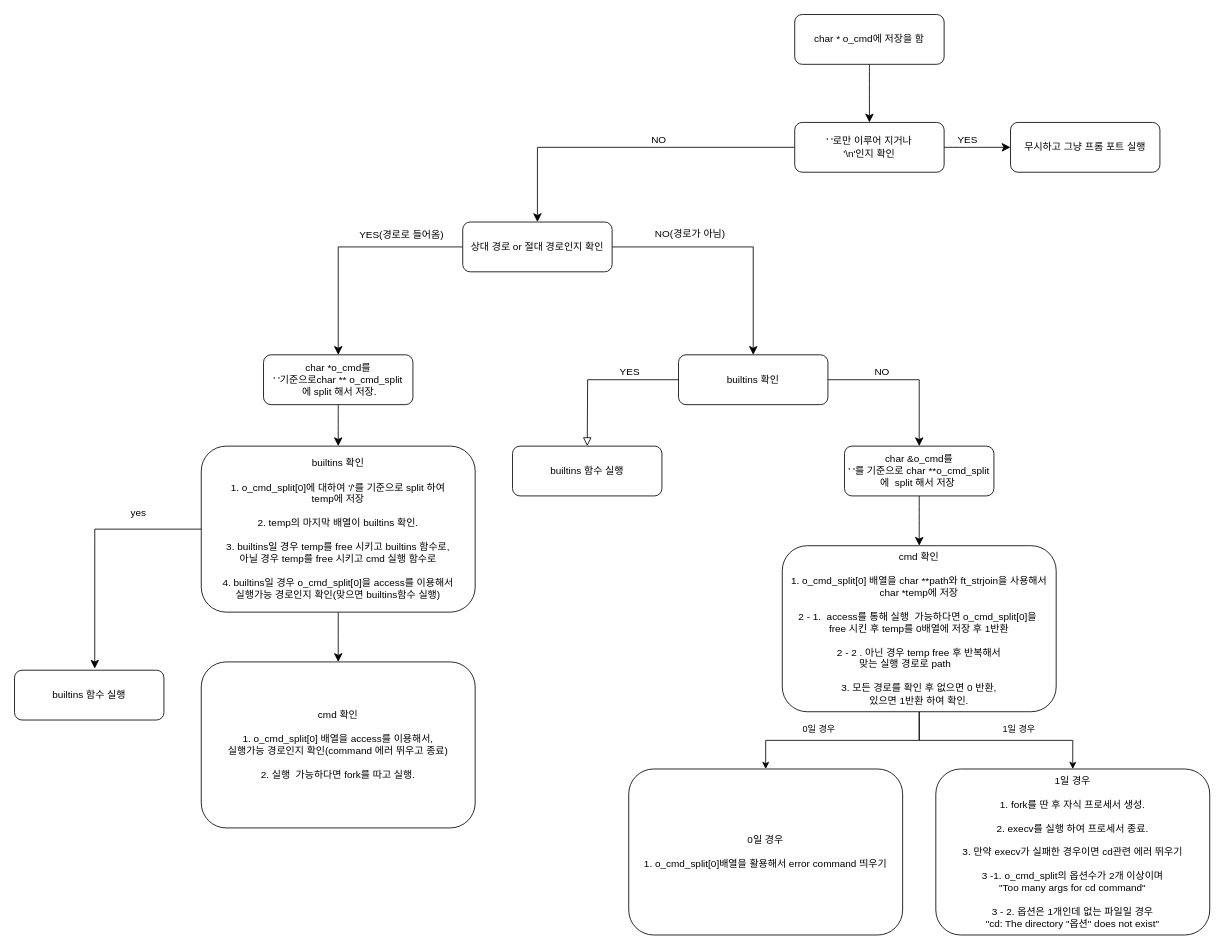
The draw.io diagram Flowchart/Untitled Diagram.drawio in jae-mini-00/42, before the edit. Source tidied: cells renumbered, new cells numbered last; positions are measured from the earlier drawing's top-left corner, leaving out a move shared by most shapes. Both pictures are drawn from the tidied source at 83%, with x=0, y=0 at pixel (14, 14).
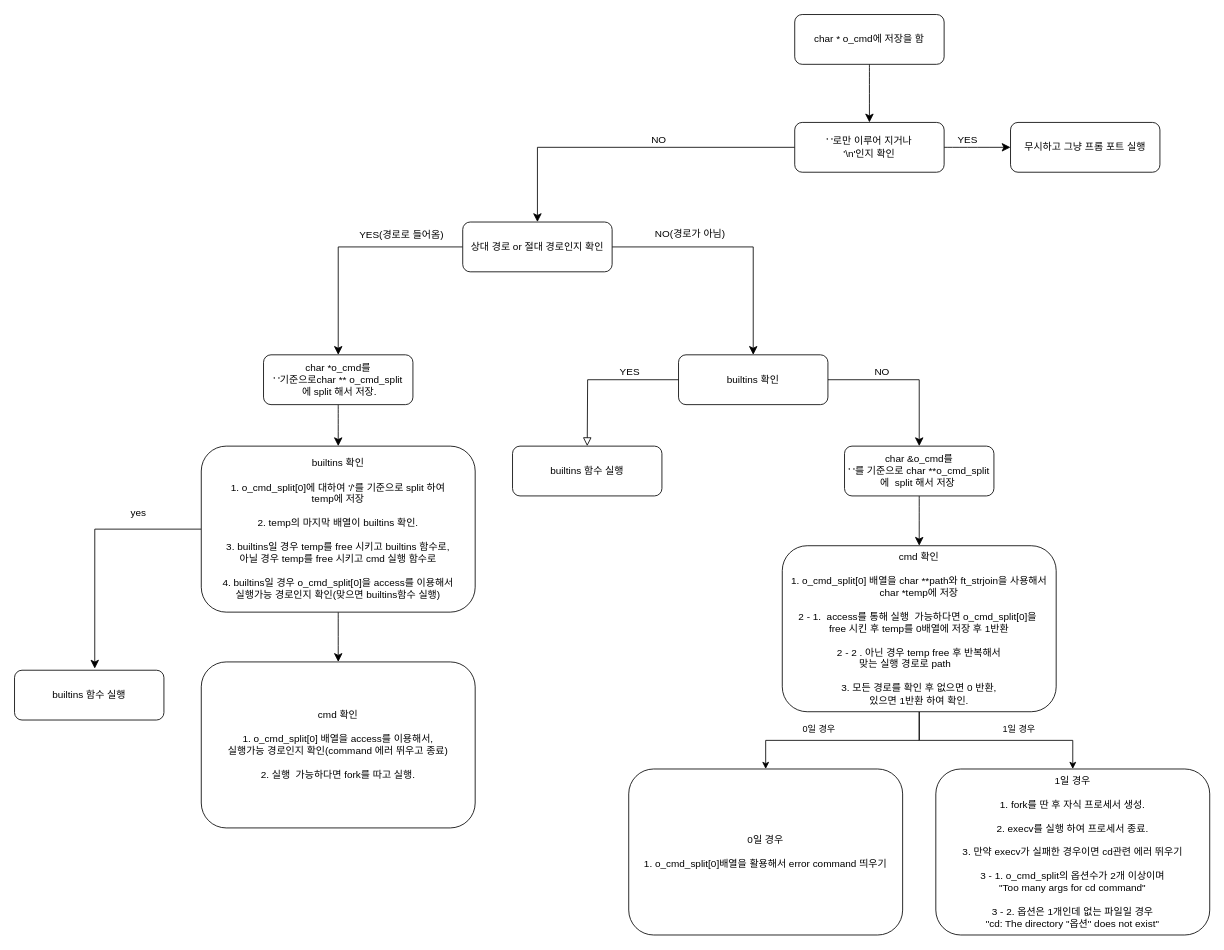
After the change.

Change to the diagram source:
```diff
@@
-    <mxCell id="36" value="&lt;div&gt;1일 경우&lt;br&gt;&lt;/div&gt;&lt;div&gt;&lt;br&gt;&lt;/div&gt;1. fork를 딴 후 자식 프로세서 생성.&lt;div&gt;&lt;br&gt;&lt;/div&gt;&lt;div&gt;2. execv를 실행 하여 프로세서 종료.&lt;/div&gt;&lt;div&gt;&lt;br&gt;&lt;/div&gt;&lt;div&gt;3. 만약 execv가 실패한 경우이면 cd관련 에러 뛰우기&lt;/div&gt;&lt;div&gt;&lt;br&gt;&lt;/div&gt;&lt;div&gt;3 -1. o_cmd_split의 옵션수가 2개 이상이며&lt;/div&gt;&lt;div&gt;&quot;Too many args for cd command&quot;&lt;/div&gt;&lt;div&gt;&lt;br&gt;&lt;/div&gt;&lt;div&gt;3 - 2. 옵션은 1개인데 없는 파일일 경우&lt;/div&gt;&lt;div&gt;&quot;cd: The directory &quot;옵션&quot; does not exist&quot;&lt;/div&gt;" style="rounded=1;whiteSpace=wrap;html=1;fontSize=12;glass=0;strokeWidth=1;shadow=0;" parent="1" vertex="1">
+    <mxCell id="36" value="&lt;div&gt;1일 경우&lt;br&gt;&lt;/div&gt;&lt;div&gt;&lt;br&gt;&lt;/div&gt;1. fork를 딴 후 자식 프로세서 생성.&lt;div&gt;&lt;br&gt;&lt;/div&gt;&lt;div&gt;2. execv를 실행 하여 프로세서 종료.&lt;/div&gt;&lt;div&gt;&lt;br&gt;&lt;/div&gt;&lt;div&gt;3. 만약 execv가 실패한 경우이면 cd관련 에러 뛰우기&lt;/div&gt;&lt;div&gt;&lt;br&gt;&lt;/div&gt;&lt;div&gt;3 - 1. o_cmd_split의 옵션수가 2개 이상이며&lt;/div&gt;&lt;div&gt;&quot;Too many args for cd command&quot;&lt;/div&gt;&lt;div&gt;&lt;br&gt;&lt;/div&gt;&lt;div&gt;3 - 2. 옵션은 1개인데 없는 파일일 경우&lt;/div&gt;&lt;div&gt;&quot;cd: The directory &quot;옵션&quot; does not exist&quot;&lt;/div&gt;" style="rounded=1;whiteSpace=wrap;html=1;fontSize=12;glass=0;strokeWidth=1;shadow=0;" parent="1" vertex="1">
       <mxGeometry x="1110" y="909" width="330" height="200" as="geometry" />
     </mxCell>
```
